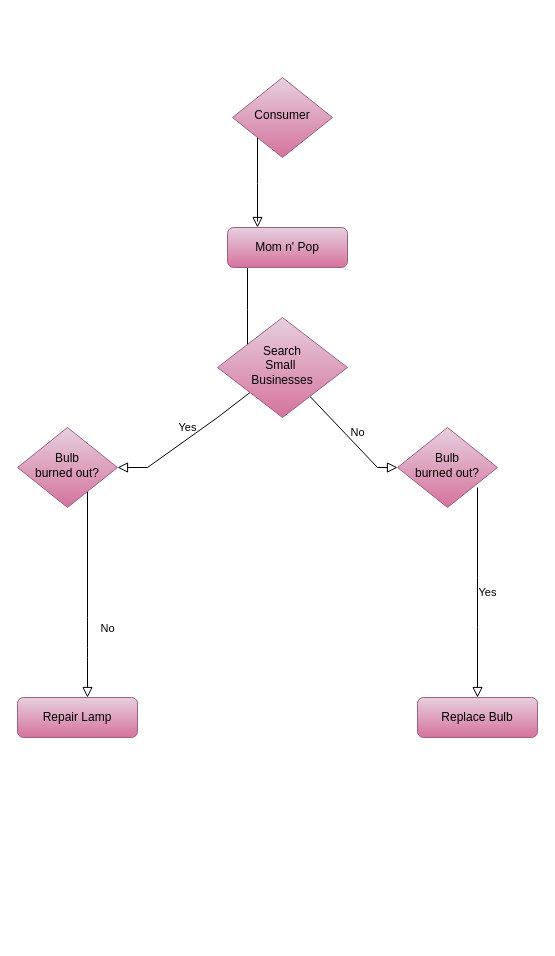
Before: CLI Gem Project Diagram.drawio in yani82/CLI-Data-Gem-Portfolio-Project-Small-Businesses, a draw.io diagram. Source tidied: cells renumbered, new cells numbered last; positions are measured from the earlier drawing's top-left corner, leaving out a move shared by most shapes. Both pictures are drawn from the tidied source at 100%, with x=0, y=0 at pixel (17, 77).
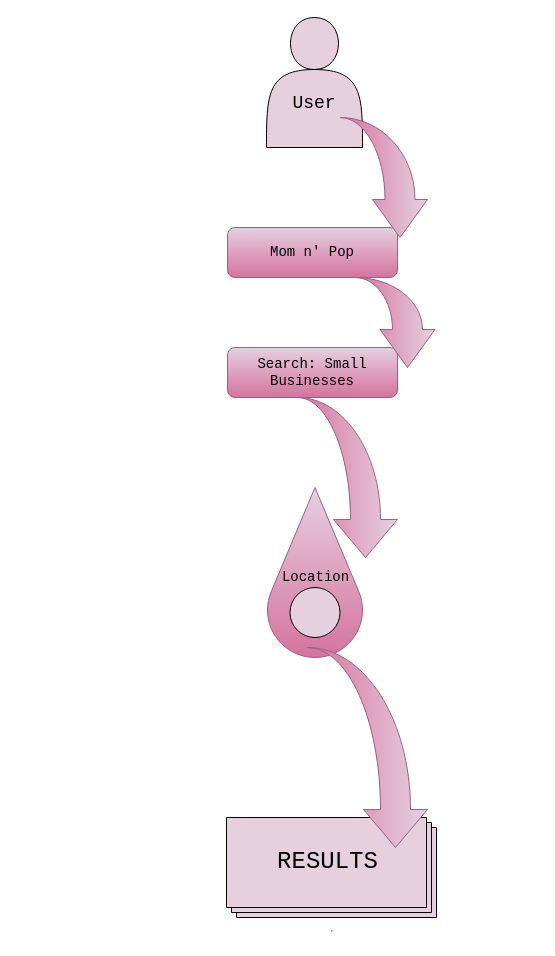
After the change.

Commit message:
Mom n' Pop Diagram.drawio

What changed in the source:
```diff
@@
-    <mxCell id="2" style="rounded=0;html=1;jettySize=auto;fontSize=11;endArrow=block;endFill=0;endSize=8;strokeWidth=1;shadow=0;labelBackgroundColor=none;edgeStyle=orthogonalEdgeStyle;noEdgeStyle=1;orthogonal=1;" parent="1" edge="1" source="3" target="6">
-      <mxGeometry relative="1" as="geometry">
-        <Array as="points">
-          <mxPoint x="230" y="232" />
-          <mxPoint x="230" y="270" />
-        </Array>
-      </mxGeometry>
-    </mxCell>
-    <mxCell id="3" value="Mom n' Pop" style="rounded=1;whiteSpace=wrap;html=1;fontSize=12;glass=0;strokeWidth=1;shadow=0;gradientColor=#d5739d;fillColor=#e6d0de;strokeColor=#996185;" parent="1" vertex="1">
-      <mxGeometry x="210" y="150" width="120" height="40" as="geometry" />
+    <mxCell id="3" value="&lt;font face=&quot;Courier New&quot; style=&quot;font-size: 14px&quot;&gt;Mom n' Pop&lt;/font&gt;" style="rounded=1;whiteSpace=wrap;html=1;fontSize=12;glass=0;strokeWidth=1;shadow=0;gradientColor=#d5739d;fillColor=#e6d0de;strokeColor=#996185;" parent="1" vertex="1">
+      <mxGeometry x="210" y="150" width="170" height="50" as="geometry" />
     </mxCell>
-    <mxCell id="4" value="Yes" style="rounded=0;html=1;jettySize=auto;fontSize=11;endArrow=block;endFill=0;endSize=8;strokeWidth=1;shadow=0;labelBackgroundColor=none;edgeStyle=orthogonalEdgeStyle;noEdgeStyle=1;orthogonal=1;exitX=0;exitY=1;exitDx=0;exitDy=0;" parent="1" edge="1" source="6" target="9">
-      <mxGeometry x="-0.09" y="-9" relative="1" as="geometry">
-        <Array as="points">
-          <mxPoint x="200" y="340" />
-          <mxPoint x="130" y="390" />
-        </Array>
-      </mxGeometry>
-    </mxCell>
-    <mxCell id="5" value="No" style="edgeStyle=orthogonalEdgeStyle;rounded=0;html=1;jettySize=auto;fontSize=11;endArrow=block;endFill=0;endSize=8;strokeWidth=1;shadow=0;labelBackgroundColor=none;noEdgeStyle=1;orthogonal=1;" parent="1" edge="1" source="6">
-      <mxGeometry y="10" relative="1" as="geometry">
-        <mxPoint x="380" y="390" as="targetPoint" />
-        <Array as="points">
-          <mxPoint x="360" y="390" />
-        </Array>
-      </mxGeometry>
-    </mxCell>
-    <mxCell id="6" value="Search&lt;br&gt;Small&amp;nbsp;&lt;br&gt;Businesses" style="rhombus;whiteSpace=wrap;html=1;shadow=0;fontFamily=Helvetica;fontSize=12;align=center;strokeWidth=1;spacing=6;spacingTop=-4;gradientColor=#d5739d;strokeColor=#996185;fillColor=#E6D0DE;" parent="1" vertex="1">
-      <mxGeometry x="200" y="240" width="130" height="100" as="geometry" />
-    </mxCell>
-    <mxCell id="7" value="No" style="rounded=0;html=1;jettySize=auto;fontSize=11;endArrow=block;endFill=0;endSize=8;strokeWidth=1;shadow=0;labelBackgroundColor=none;edgeStyle=orthogonalEdgeStyle;noEdgeStyle=1;orthogonal=1;" parent="1" edge="1" source="9" target="10">
-      <mxGeometry x="0.33" y="20" relative="1" as="geometry">
-        <Array as="points">
-          <mxPoint x="70" y="540" />
-          <mxPoint x="70" y="570" />
-          <mxPoint x="70" y="580" />
-        </Array>
-      </mxGeometry>
-    </mxCell>
-    <mxCell id="8" value="Yes" style="edgeStyle=orthogonalEdgeStyle;rounded=0;html=1;jettySize=auto;fontSize=11;endArrow=block;endFill=0;endSize=8;strokeWidth=1;shadow=0;labelBackgroundColor=none;noEdgeStyle=1;orthogonal=1;" parent="1" edge="1" target="11">
-      <mxGeometry y="10" relative="1" as="geometry">
-        <mxPoint x="460" y="410" as="sourcePoint" />
-        <Array as="points">
-          <mxPoint x="460" y="500" />
-          <mxPoint x="460" y="550" />
-        </Array>
-      </mxGeometry>
-    </mxCell>
-    <mxCell id="9" value="Bulb&lt;br&gt;burned out?" style="rhombus;whiteSpace=wrap;html=1;shadow=0;fontFamily=Helvetica;fontSize=12;align=center;strokeWidth=1;spacing=6;spacingTop=-4;gradientColor=#d5739d;fillColor=#e6d0de;strokeColor=#996185;" parent="1" vertex="1">
-      <mxGeometry y="350" width="100" height="80" as="geometry" />
-    </mxCell>
-    <mxCell id="10" value="Repair Lamp" style="rounded=1;whiteSpace=wrap;html=1;fontSize=12;glass=0;strokeWidth=1;shadow=0;gradientColor=#d5739d;fillColor=#e6d0de;strokeColor=#996185;" parent="1" vertex="1">
-      <mxGeometry y="620" width="120" height="40" as="geometry" />
-    </mxCell>
-    <mxCell id="11" value="Replace Bulb" style="rounded=1;whiteSpace=wrap;html=1;fontSize=12;glass=0;strokeWidth=1;shadow=0;gradientColor=#d5739d;fillColor=#e6d0de;strokeColor=#996185;" parent="1" vertex="1">
-      <mxGeometry x="400" y="620" width="120" height="40" as="geometry" />
-    </mxCell>
-    <mxCell id="12" value="Bulb&lt;br&gt;burned out?" style="rhombus;whiteSpace=wrap;html=1;shadow=0;fontFamily=Helvetica;fontSize=12;align=center;strokeWidth=1;spacing=6;spacingTop=-4;gradientColor=#d5739d;fillColor=#e6d0de;strokeColor=#996185;" parent="1" vertex="1">
-      <mxGeometry x="380" y="350" width="100" height="80" as="geometry" />
-    </mxCell>
-    <mxCell id="13" style="rounded=0;html=1;jettySize=auto;fontSize=11;endArrow=block;endFill=0;endSize=8;strokeWidth=1;shadow=0;labelBackgroundColor=none;edgeStyle=orthogonalEdgeStyle;noEdgeStyle=1;orthogonal=1;" parent="1" edge="1" source="14">
-      <mxGeometry relative="1" as="geometry">
-        <mxPoint x="240" y="150" as="targetPoint" />
-        <Array as="points">
-          <mxPoint x="240" y="106" />
-          <mxPoint x="240" y="144" />
-        </Array>
-      </mxGeometry>
-    </mxCell>
-    <mxCell id="14" value="Consumer" style="rhombus;whiteSpace=wrap;html=1;shadow=0;fontFamily=Helvetica;fontSize=12;align=center;strokeWidth=1;spacing=6;spacingTop=-4;gradientColor=#d5739d;fillColor=#e6d0de;strokeColor=#996185;" parent="1" vertex="1">
-      <mxGeometry x="215" width="100" height="80" as="geometry" />
-    </mxCell>
+    <mxCell id="15" value="&lt;font style=&quot;font-size: 18px&quot; face=&quot;Courier New&quot;&gt;&lt;br&gt;&lt;br&gt;&lt;br&gt;User&lt;br&gt;&lt;br&gt;&lt;/font&gt;" style="shape=actor;whiteSpace=wrap;html=1;fillColor=#E6D0DE;" parent="1" vertex="1">
+      <mxGeometry x="249" y="-60" width="96" height="130" as="geometry" />
+    </mxCell>
+    <mxCell id="16" value="&lt;hr&gt;" style="verticalLabelPosition=bottom;verticalAlign=top;html=1;shape=mxgraph.basic.layered_rect;dx=10;fillColor=#E6D0DE;" parent="1" vertex="1">
+      <mxGeometry x="209" y="740" width="210" height="100" as="geometry" />
+    </mxCell>
+    <mxCell id="17" value="&lt;font face=&quot;Courier New&quot; style=&quot;font-size: 24px&quot;&gt;RESULTS&lt;/font&gt;" style="text;html=1;align=center;verticalAlign=middle;fillColor=none;strokeColor=none;rounded=0;" parent="1" vertex="1">
+      <mxGeometry x="250" y="775" width="120" height="20" as="geometry" />
+    </mxCell>
+    <mxCell id="18" style="verticalLabelPosition=bottom;verticalAlign=top;html=1;shape=mxgraph.basic.drop;fillColor=#e6d0de;gradientColor=#d5739d;strokeColor=#996185;" parent="1" vertex="1">
+      <mxGeometry x="250" y="410" width="95" height="170" as="geometry" />
+    </mxCell>
+    <mxCell id="19" value="&lt;font face=&quot;Courier New&quot; style=&quot;font-size: 14px&quot;&gt;Location&lt;/font&gt;" style="text;html=1;align=center;verticalAlign=middle;fillColor=none;strokeColor=none;rounded=0;" parent="1" vertex="1">
+      <mxGeometry x="257.5" y="490" width="80" height="20" as="geometry" />
+    </mxCell>
+    <mxCell id="20" style="ellipse;whiteSpace=wrap;html=1;fillColor=#E6D0DE;" parent="1" vertex="1">
+      <mxGeometry x="272.5" y="510" width="50" height="50" as="geometry" />
+    </mxCell>
+    <mxCell id="21" value="&lt;font face=&quot;Courier New&quot; style=&quot;font-size: 14px&quot;&gt;Search: Small Businesses&lt;/font&gt;" style="rounded=1;whiteSpace=wrap;html=1;fontSize=12;glass=0;strokeWidth=1;shadow=0;gradientColor=#d5739d;fillColor=#e6d0de;strokeColor=#996185;" parent="1" vertex="1">
+      <mxGeometry x="210" y="270" width="170" height="50" as="geometry" />
+    </mxCell>
+    <mxCell id="22" style="html=1;shadow=0;dashed=0;align=center;verticalAlign=middle;shape=mxgraph.arrows2.jumpInArrow;dy=15;dx=38;arrowHead=55;fillColor=#e6d0de;direction=south;gradientColor=#d5739d;strokeColor=#996185;" parent="1" vertex="1">
+      <mxGeometry x="322.5" y="40" width="87.5" height="120" as="geometry" />
+    </mxCell>
+    <mxCell id="23" style="html=1;shadow=0;dashed=0;align=center;verticalAlign=middle;shape=mxgraph.arrows2.jumpInArrow;dy=15;dx=38;arrowHead=55;fillColor=#e6d0de;direction=south;gradientColor=#d5739d;strokeColor=#996185;" parent="1" vertex="1">
+      <mxGeometry x="337.5" y="200" width="80" height="90" as="geometry" />
+    </mxCell>
+    <mxCell id="24" style="html=1;shadow=0;dashed=0;align=center;verticalAlign=middle;shape=mxgraph.arrows2.jumpInArrow;dy=15;dx=38;arrowHead=64;fillColor=#e6d0de;direction=south;gradientColor=#d5739d;strokeColor=#996185;" parent="1" vertex="1">
+      <mxGeometry x="280" y="320" width="100" height="160" as="geometry" />
+    </mxCell>
+    <mxCell id="25" style="html=1;shadow=0;dashed=0;align=center;verticalAlign=middle;shape=mxgraph.arrows2.jumpInArrow;dy=15;dx=38;arrowHead=64;fillColor=#e6d0de;direction=south;gradientColor=#d5739d;strokeColor=#996185;" parent="1" vertex="1">
+      <mxGeometry x="290" y="570" width="120" height="200" as="geometry" />
+    </mxCell>
```
